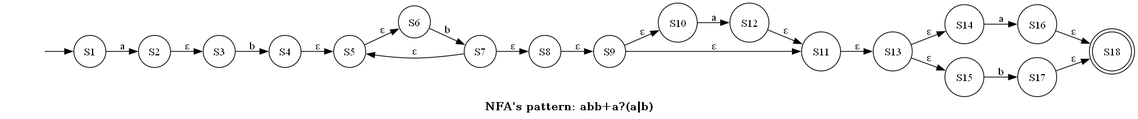
Above: output/nfa/nfa.gv.png in ZiadSheriif/AutoMajestic (Graphviz), before the change. Its source is kept beside it as output/nfa/nfa.gv.
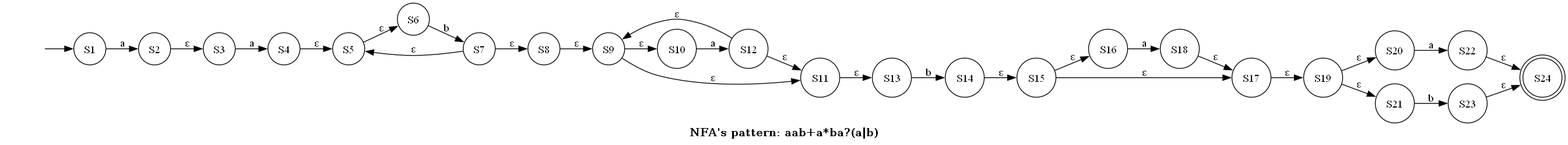
Above is the later version.

Change to the diagram source:
```diff
@@ -8,23 +8,37 @@
 	S11 [shape=circle]
 	S11 -> S13 [label="ε"]
 	S12 [shape=circle]
+	S12 -> S9 [label="ε"]
 	S12 -> S11 [label="ε"]
 	S13 [shape=circle]
-	S13 -> S14 [label="ε"]
-	S13 -> S15 [label="ε"]
+	S13 -> S14 [label=b]
 	S14 [shape=circle]
-	S14 -> S16 [label=a]
+	S14 -> S15 [label="ε"]
 	S15 [shape=circle]
-	S15 -> S17 [label=b]
+	S15 -> S16 [label="ε"]
+	S15 -> S17 [label="ε"]
 	S16 [shape=circle]
-	S16 -> S18 [label="ε"]
+	S16 -> S18 [label=a]
 	S17 [shape=circle]
-	S17 -> S18 [label="ε"]
-	S18 [shape=doublecircle]
+	S17 -> S19 [label="ε"]
+	S18 [shape=circle]
+	S18 -> S17 [label="ε"]
+	S19 [shape=circle]
+	S19 -> S20 [label="ε"]
+	S19 -> S21 [label="ε"]
 	S2 [shape=circle]
 	S2 -> S3 [label="ε"]
+	S20 [shape=circle]
+	S20 -> S22 [label=a]
+	S21 [shape=circle]
+	S21 -> S23 [label=b]
+	S22 [shape=circle]
+	S22 -> S24 [label="ε"]
+	S23 [shape=circle]
+	S23 -> S24 [label="ε"]
+	S24 [shape=doublecircle]
 	S3 [shape=circle]
-	S3 -> S4 [label=b]
+	S3 -> S4 [label=a]
 	S4 [shape=circle]
 	S4 -> S5 [label="ε"]
 	S5 [shape=circle]
@@ -39,5 +53,5 @@
 	S9 [shape=circle]
 	S9 -> S10 [label="ε"]
 	S9 -> S11 [label="ε"]
-	fontname=bold label="NFA's pattern: abb+a?(a|b)" rankdir=LR
+	fontname=bold label="NFA's pattern: aab+a*ba?(a|b)" rankdir=LR
 }
```
